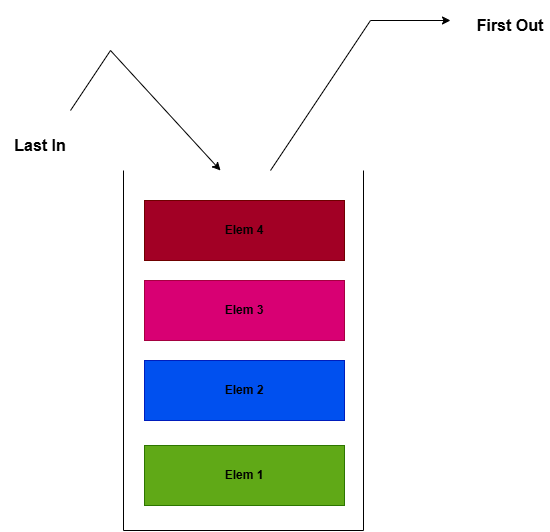
The draw.io diagram Stack diagram.png in Vimtoooo/The-Stack-Data-Structure, before a commit. Source tidied: cells renumbered, new cells last; positions are measured from the earlier drawing's top-left corner, leaving out a move shared by most shapes. Its diagram source:
```xml
<mxGraphModel>
  <root>
    <mxCell id="0" />
    <mxCell id="1" parent="0" />
    <mxCell id="2" style="endArrow=none;html=1;rounded=0;" parent="1" edge="1">
      <mxGeometry relative="1" as="geometry">
        <mxPoint x="123" y="530" as="sourcePoint" />
        <mxPoint x="123" y="170" as="targetPoint" />
      </mxGeometry>
    </mxCell>
    <mxCell id="3" style="endArrow=none;html=1;rounded=0;" parent="1" edge="1">
      <mxGeometry relative="1" as="geometry">
        <mxPoint x="363" y="530" as="sourcePoint" />
        <mxPoint x="123" y="530" as="targetPoint" />
      </mxGeometry>
    </mxCell>
    <mxCell id="4" style="endArrow=none;html=1;rounded=0;" parent="1" edge="1">
      <mxGeometry relative="1" as="geometry">
        <mxPoint x="363" y="530" as="sourcePoint" />
        <mxPoint x="363" y="170" as="targetPoint" />
      </mxGeometry>
    </mxCell>
    <mxCell id="5" value="&lt;b&gt;&lt;font style=&quot;color: rgb(0, 0, 0);&quot;&gt;Elem 1&lt;/font&gt;&lt;/b&gt;" style="rounded=0;whiteSpace=wrap;html=1;fillColor=#60a917;fontColor=#ffffff;strokeColor=#2D7600;" parent="1" vertex="1">
      <mxGeometry x="144" y="445" width="200" height="60" as="geometry" />
    </mxCell>
    <mxCell id="6" value="&lt;b&gt;&lt;font style=&quot;color: rgb(0, 0, 0);&quot;&gt;Elem 2&lt;/font&gt;&lt;/b&gt;" style="rounded=0;whiteSpace=wrap;html=1;fillColor=#0050ef;fontColor=#ffffff;strokeColor=#001DBC;" parent="1" vertex="1">
      <mxGeometry x="144" y="360" width="200" height="60" as="geometry" />
    </mxCell>
    <mxCell id="7" value="&lt;b&gt;&lt;font style=&quot;color: rgb(0, 0, 0);&quot;&gt;Elem 3&lt;/font&gt;&lt;/b&gt;" style="rounded=0;whiteSpace=wrap;html=1;fillColor=#d80073;fontColor=#ffffff;strokeColor=#A50040;" parent="1" vertex="1">
      <mxGeometry x="144" y="280" width="200" height="60" as="geometry" />
    </mxCell>
    <mxCell id="8" value="&lt;b&gt;&lt;font style=&quot;color: rgb(0, 0, 0);&quot;&gt;Elem 4&lt;/font&gt;&lt;/b&gt;" style="rounded=0;whiteSpace=wrap;html=1;fillColor=#a20025;fontColor=#ffffff;strokeColor=#6F0000;" parent="1" vertex="1">
      <mxGeometry x="144" y="200" width="200" height="60" as="geometry" />
    </mxCell>
    <mxCell id="9" style="endArrow=classic;html=1;rounded=0;" parent="1" edge="1">
      <mxGeometry relative="1" as="geometry">
        <mxPoint x="70" y="110" as="sourcePoint" />
        <mxPoint x="220" y="170" as="targetPoint" />
        <Array as="points">
          <mxPoint x="110" y="50" />
        </Array>
      </mxGeometry>
    </mxCell>
    <mxCell id="10" style="endArrow=classic;html=1;rounded=0;" parent="1" edge="1">
      <mxGeometry relative="1" as="geometry">
        <mxPoint x="270" y="170" as="sourcePoint" />
        <mxPoint x="450" y="20" as="targetPoint" />
        <Array as="points">
          <mxPoint x="310" y="110" />
          <mxPoint x="370" y="20" />
        </Array>
      </mxGeometry>
    </mxCell>
    <mxCell id="11" value="&lt;b&gt;&lt;font style=&quot;font-size: 16px;&quot;&gt;Last In&lt;/font&gt;&lt;/b&gt;" style="text;html=1;whiteSpace=wrap;strokeColor=none;fillColor=none;align=center;verticalAlign=middle;rounded=0;" parent="1" vertex="1">
      <mxGeometry y="120" width="80" height="50" as="geometry" />
    </mxCell>
    <mxCell id="12" value="&lt;span style=&quot;font-size: 16px;&quot;&gt;&lt;b&gt;First Out&lt;/b&gt;&lt;/span&gt;" style="text;html=1;whiteSpace=wrap;strokeColor=none;fillColor=none;align=center;verticalAlign=middle;rounded=0;" parent="1" vertex="1">
      <mxGeometry x="470" width="80" height="50" as="geometry" />
    </mxCell>
  </root>
</mxGraphModel>
```
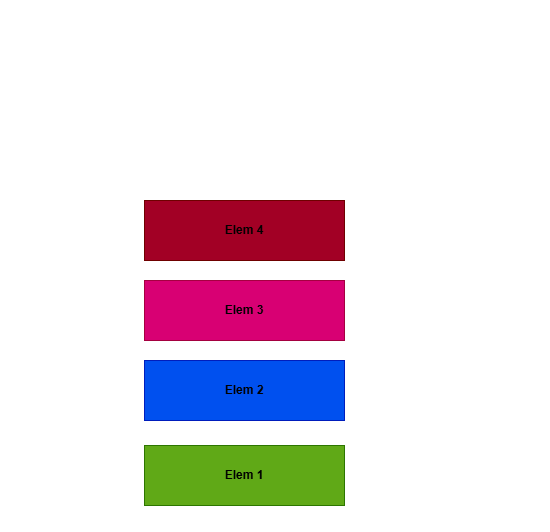
Above is the later version.

The edit, as a diff of the source:
```diff
@@ -2,19 +2,19 @@
   <root>
     <mxCell id="0" />
     <mxCell id="1" parent="0" />
-    <mxCell id="2" style="endArrow=none;html=1;rounded=0;" parent="1" edge="1">
+    <mxCell id="2" style="endArrow=none;html=1;rounded=0;strokeColor=#FFFFFF;" parent="1" edge="1">
       <mxGeometry relative="1" as="geometry">
         <mxPoint x="123" y="530" as="sourcePoint" />
         <mxPoint x="123" y="170" as="targetPoint" />
       </mxGeometry>
     </mxCell>
-    <mxCell id="3" style="endArrow=none;html=1;rounded=0;" parent="1" edge="1">
+    <mxCell id="3" style="endArrow=none;html=1;rounded=0;strokeColor=#FFFFFF;" parent="1" edge="1">
       <mxGeometry relative="1" as="geometry">
         <mxPoint x="363" y="530" as="sourcePoint" />
         <mxPoint x="123" y="530" as="targetPoint" />
       </mxGeometry>
     </mxCell>
-    <mxCell id="4" style="endArrow=none;html=1;rounded=0;" parent="1" edge="1">
+    <mxCell id="4" style="endArrow=none;html=1;rounded=0;strokeColor=#FFFFFF;" parent="1" edge="1">
       <mxGeometry relative="1" as="geometry">
         <mxPoint x="363" y="530" as="sourcePoint" />
         <mxPoint x="363" y="170" as="targetPoint" />
@@ -32,7 +32,7 @@
     <mxCell id="8" value="&lt;b&gt;&lt;font style=&quot;color: rgb(0, 0, 0);&quot;&gt;Elem 4&lt;/font&gt;&lt;/b&gt;" style="rounded=0;whiteSpace=wrap;html=1;fillColor=#a20025;fontColor=#ffffff;strokeColor=#6F0000;" parent="1" vertex="1">
       <mxGeometry x="144" y="200" width="200" height="60" as="geometry" />
     </mxCell>
-    <mxCell id="9" style="endArrow=classic;html=1;rounded=0;" parent="1" edge="1">
+    <mxCell id="9" style="endArrow=classic;html=1;rounded=0;strokeColor=#FFFFFF;" parent="1" edge="1">
       <mxGeometry relative="1" as="geometry">
         <mxPoint x="70" y="110" as="sourcePoint" />
         <mxPoint x="220" y="170" as="targetPoint" />
@@ -41,7 +41,7 @@
         </Array>
       </mxGeometry>
     </mxCell>
-    <mxCell id="10" style="endArrow=classic;html=1;rounded=0;" parent="1" edge="1">
+    <mxCell id="10" style="endArrow=classic;html=1;rounded=0;strokeColor=#FFFFFF;" parent="1" edge="1">
       <mxGeometry relative="1" as="geometry">
         <mxPoint x="270" y="170" as="sourcePoint" />
         <mxPoint x="450" y="20" as="targetPoint" />
@@ -51,10 +51,10 @@
         </Array>
       </mxGeometry>
     </mxCell>
-    <mxCell id="11" value="&lt;b&gt;&lt;font style=&quot;font-size: 16px;&quot;&gt;Last In&lt;/font&gt;&lt;/b&gt;" style="text;html=1;whiteSpace=wrap;strokeColor=none;fillColor=none;align=center;verticalAlign=middle;rounded=0;" parent="1" vertex="1">
+    <mxCell id="11" value="&lt;b&gt;&lt;font style=&quot;font-size: 16px; color: rgb(255, 255, 255);&quot;&gt;Last In&lt;/font&gt;&lt;/b&gt;" style="text;html=1;whiteSpace=wrap;align=center;verticalAlign=middle;rounded=0;" parent="1" vertex="1">
       <mxGeometry y="120" width="80" height="50" as="geometry" />
     </mxCell>
-    <mxCell id="12" value="&lt;span style=&quot;font-size: 16px;&quot;&gt;&lt;b&gt;First Out&lt;/b&gt;&lt;/span&gt;" style="text;html=1;whiteSpace=wrap;strokeColor=none;fillColor=none;align=center;verticalAlign=middle;rounded=0;" parent="1" vertex="1">
+    <mxCell id="12" value="&lt;span style=&quot;font-size: 16px;&quot;&gt;&lt;b&gt;&lt;font style=&quot;color: rgb(255, 255, 255);&quot;&gt;First Out&lt;/font&gt;&lt;/b&gt;&lt;/span&gt;" style="text;html=1;whiteSpace=wrap;strokeColor=none;fillColor=none;align=center;verticalAlign=middle;rounded=0;" parent="1" vertex="1">
       <mxGeometry x="470" width="80" height="50" as="geometry" />
     </mxCell>
   </root>
```
